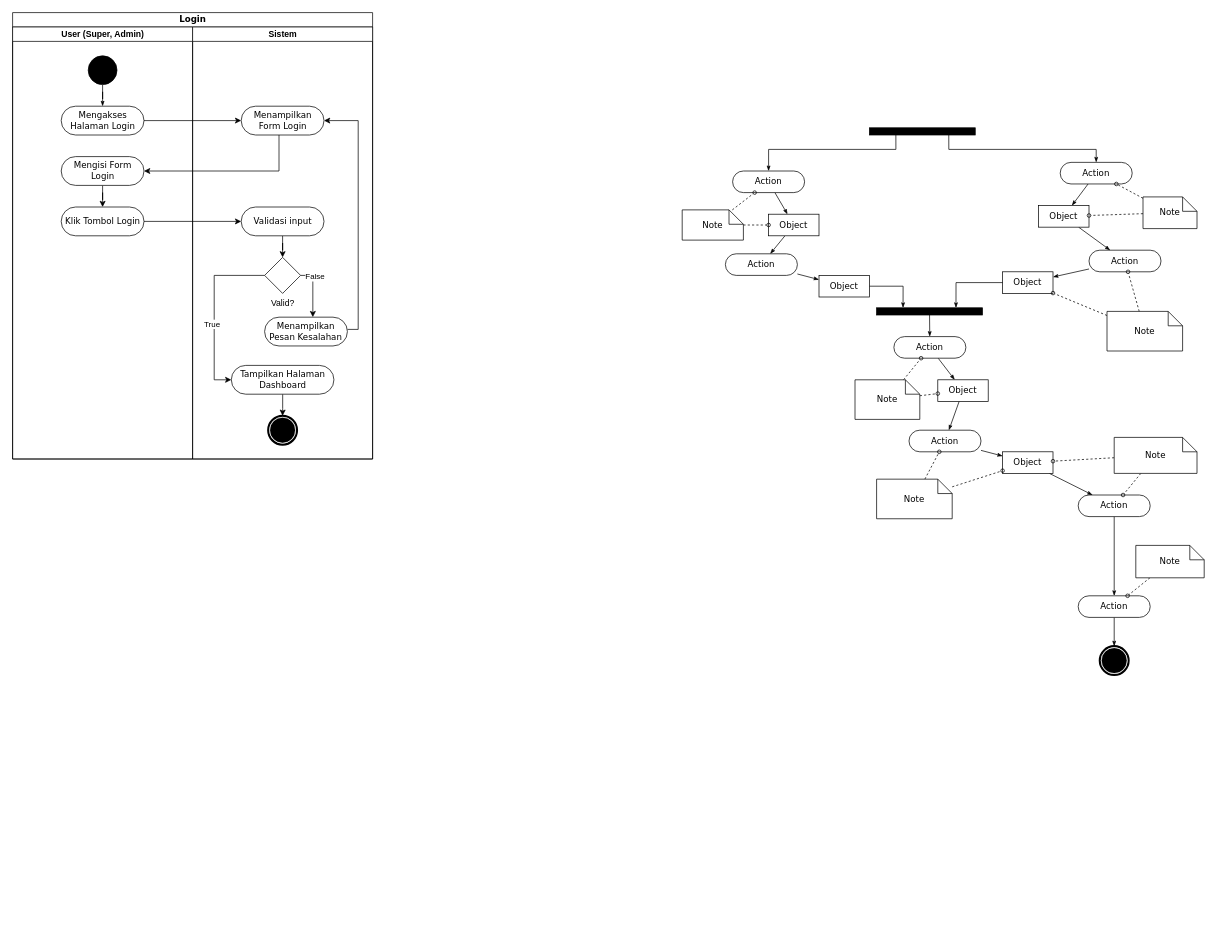
brogangin/brogangin-resolusi keeps this draw.io diagram as Activity Diagram KP.drawio. Above is the earlier version. Source tidied: cells renumbered, new cells numbered last; positions are measured from the earlier drawing's top-left corner, leaving out a move shared by most shapes. Both pictures are drawn from the tidied source at 72%, with x=0, y=0 at pixel (12, 12).
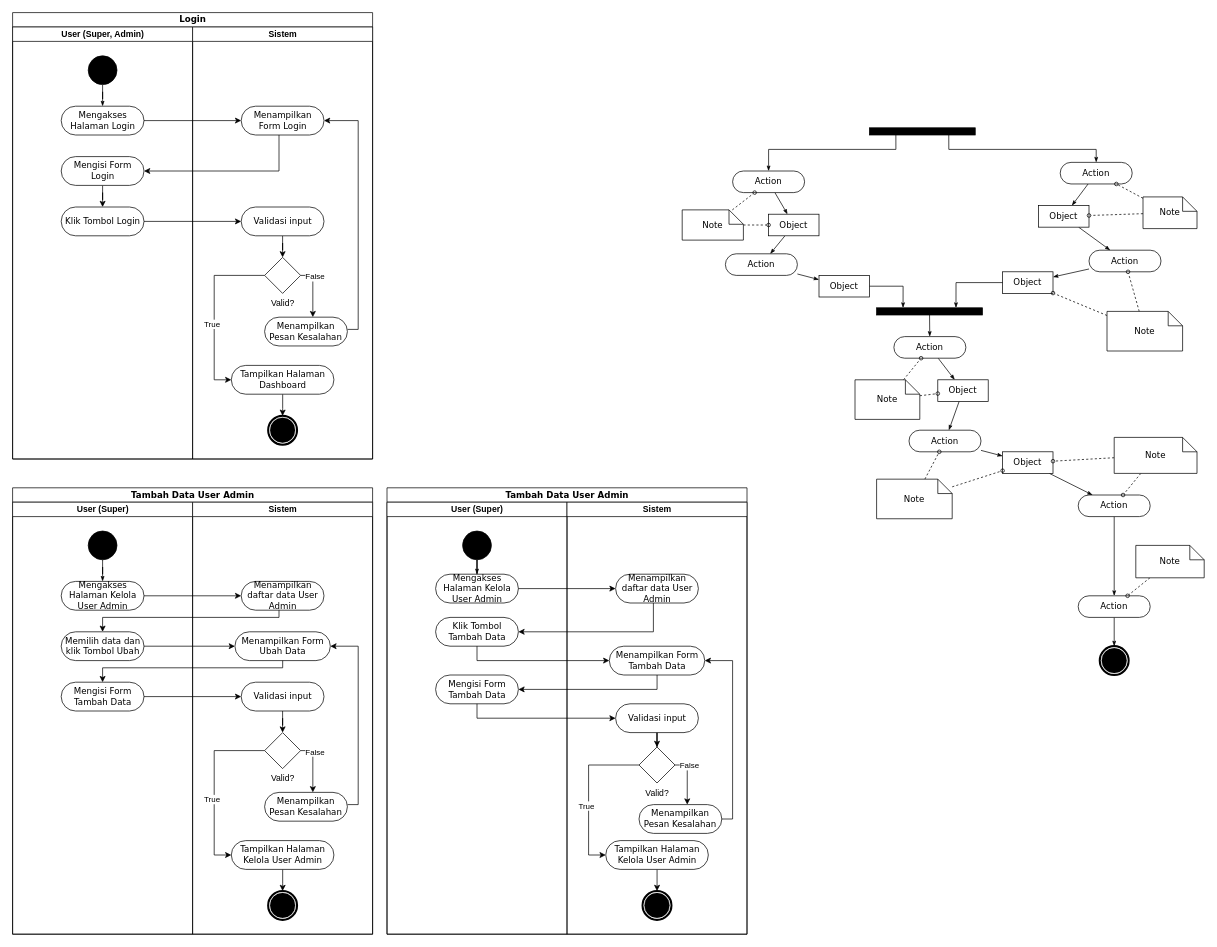
The same diagram, later.

Commit message:
Update Activity Diagram KP.drawio | login, kelola admin.

What changed in the source:
```diff
@@
+    <mxCell id="81" value="Tambah Data User Admin" style="swimlane;html=1;startSize=20;rounded=0;shadow=0;comic=0;labelBackgroundColor=none;strokeWidth=1;fontFamily=Verdana;fontSize=12;align=center;" parent="1" vertex="1">
+      <mxGeometry y="660" width="500" height="620" as="geometry" />
+    </mxCell>
+    <mxCell id="82" value="User (Super)" style="swimlane;html=1;startSize=20;" parent="81" vertex="1">
+      <mxGeometry y="20" width="250" height="600" as="geometry" />
+    </mxCell>
+    <mxCell id="83" style="ellipse;whiteSpace=wrap;html=1;rounded=0;shadow=0;comic=0;labelBackgroundColor=none;strokeWidth=1;fillColor=#000000;fontFamily=Verdana;fontSize=12;align=center;" parent="82" vertex="1">
+      <mxGeometry x="105" y="40" width="40" height="40" as="geometry" />
+    </mxCell>
+    <mxCell id="84" value="Mengakses Halaman Kelola User Admin" style="rounded=1;whiteSpace=wrap;html=1;shadow=0;comic=0;labelBackgroundColor=none;strokeWidth=1;fontFamily=Verdana;fontSize=12;align=center;arcSize=50;" parent="82" vertex="1">
+      <mxGeometry x="67.5" y="110" width="115" height="40" as="geometry" />
+    </mxCell>
+    <mxCell id="85" style="edgeStyle=orthogonalEdgeStyle;rounded=0;html=1;labelBackgroundColor=none;startArrow=none;startFill=0;startSize=5;endArrow=classicThin;endFill=1;endSize=5;jettySize=auto;strokeWidth=1;fontFamily=Verdana;fontSize=12;" parent="82" edge="1" source="83" target="84">
+      <mxGeometry relative="1" as="geometry" />
+    </mxCell>
+    <mxCell id="86" value="Memilih data dan klik Tombol Ubah" style="rounded=1;whiteSpace=wrap;html=1;shadow=0;comic=0;labelBackgroundColor=none;strokeWidth=1;fontFamily=Verdana;fontSize=12;align=center;arcSize=50;" parent="82" vertex="1">
+      <mxGeometry x="67.5" y="180" width="115" height="40" as="geometry" />
+    </mxCell>
+    <mxCell id="87" value="Mengisi Form Tambah Data" style="rounded=1;whiteSpace=wrap;html=1;shadow=0;comic=0;labelBackgroundColor=none;strokeWidth=1;fontFamily=Verdana;fontSize=12;align=center;arcSize=50;" parent="82" vertex="1">
+      <mxGeometry x="67.5" y="250" width="115" height="40" as="geometry" />
+    </mxCell>
+    <mxCell id="88" value="Sistem" style="swimlane;html=1;startSize=20;" parent="81" vertex="1">
+      <mxGeometry x="250" y="20" width="250" height="600" as="geometry" />
+    </mxCell>
+    <mxCell id="89" value="Menampilkan daftar data User Admin" style="rounded=1;whiteSpace=wrap;html=1;shadow=0;comic=0;labelBackgroundColor=none;strokeWidth=1;fontFamily=Verdana;fontSize=12;align=center;arcSize=50;" parent="88" vertex="1">
+      <mxGeometry x="67.5" y="110" width="115" height="40" as="geometry" />
+    </mxCell>
+    <mxCell id="90" style="edgeStyle=orthogonalEdgeStyle;rounded=0;jettySize=auto;html=1;" parent="88" edge="1" source="91" target="96">
+      <mxGeometry relative="1" as="geometry" />
+    </mxCell>
+    <mxCell id="91" value="Validasi input" style="rounded=1;whiteSpace=wrap;html=1;shadow=0;comic=0;labelBackgroundColor=none;strokeWidth=1;fontFamily=Verdana;fontSize=12;align=center;arcSize=50;" parent="88" vertex="1">
+      <mxGeometry x="67.5" y="250" width="115" height="40" as="geometry" />
+    </mxCell>
+    <mxCell id="92" style="edgeStyle=orthogonalEdgeStyle;rounded=0;jettySize=auto;html=1;" parent="88" edge="1" source="96" target="98">
+      <mxGeometry relative="1" as="geometry">
+        <Array as="points">
+          <mxPoint x="167" y="345" />
+        </Array>
+      </mxGeometry>
+    </mxCell>
+    <mxCell id="93" value="False" style="edgeLabel;html=1;align=center;verticalAlign=middle;" parent="92" vertex="1">
+      <mxGeometry x="-0.06" y="2" relative="1" as="geometry">
+        <mxPoint y="-17" as="offset" />
+      </mxGeometry>
+    </mxCell>
+    <mxCell id="94" style="edgeStyle=orthogonalEdgeStyle;rounded=0;jettySize=auto;html=1;" parent="88" edge="1" source="96" target="100">
+      <mxGeometry relative="1" as="geometry">
+        <Array as="points">
+          <mxPoint x="30" y="345" />
+          <mxPoint x="30" y="490" />
+        </Array>
+      </mxGeometry>
+    </mxCell>
+    <mxCell id="95" value="True" style="edgeLabel;html=1;align=center;verticalAlign=middle;" parent="94" vertex="1">
+      <mxGeometry x="0.15" y="-4" relative="1" as="geometry" />
+    </mxCell>
+    <mxCell id="96" value="Valid?" style="points=[[0.25,0.25,0],[0.5,0,0],[0.75,0.25,0],[1,0.5,0],[0.75,0.75,0],[0.5,1,0],[0.25,0.75,0],[0,0.5,0]];shape=mxgraph.bpmn.gateway2;html=1;verticalLabelPosition=bottom;labelBackgroundColor=#ffffff;verticalAlign=top;align=center;perimeter=rhombusPerimeter;outlineConnect=0;outline=none;symbol=none;rotation=0;" parent="88" vertex="1">
+      <mxGeometry x="100" y="320" width="50" height="50" as="geometry" />
+    </mxCell>
+    <mxCell id="97" style="edgeStyle=orthogonalEdgeStyle;rounded=0;jettySize=auto;html=1;" parent="88" edge="1" source="98" target="102">
+      <mxGeometry relative="1" as="geometry">
+        <Array as="points">
+          <mxPoint x="230" y="420" />
+          <mxPoint x="230" y="200" />
+        </Array>
+      </mxGeometry>
+    </mxCell>
+    <mxCell id="98" value="Menampilkan Pesan Kesalahan" style="rounded=1;whiteSpace=wrap;html=1;shadow=0;comic=0;labelBackgroundColor=none;strokeWidth=1;fontFamily=Verdana;fontSize=12;align=center;arcSize=50;" parent="88" vertex="1">
+      <mxGeometry x="100" y="403" width="115" height="40" as="geometry" />
+    </mxCell>
+    <mxCell id="99" style="edgeStyle=orthogonalEdgeStyle;rounded=0;jettySize=auto;html=1;entryX=0.5;entryY=0;entryDx=0;entryDy=0;" parent="88" edge="1" source="100" target="101">
+      <mxGeometry relative="1" as="geometry" />
+    </mxCell>
+    <mxCell id="100" value="Tampilkan Halaman Kelola User Admin" style="rounded=1;whiteSpace=wrap;html=1;shadow=0;comic=0;labelBackgroundColor=none;strokeWidth=1;fontFamily=Verdana;fontSize=12;align=center;arcSize=50;" parent="88" vertex="1">
+      <mxGeometry x="53.8" y="470" width="142.5" height="40" as="geometry" />
+    </mxCell>
+    <mxCell id="101" style="shape=mxgraph.bpmn.shape;html=1;verticalLabelPosition=bottom;labelBackgroundColor=#ffffff;verticalAlign=top;perimeter=ellipsePerimeter;outline=end;symbol=terminate;rounded=0;shadow=0;comic=0;strokeWidth=1;fontFamily=Verdana;fontSize=12;align=center;" parent="88" vertex="1">
+      <mxGeometry x="105" y="540" width="40" height="40" as="geometry" />
+    </mxCell>
+    <mxCell id="102" value="Menampilkan Form Ubah Data" style="rounded=1;whiteSpace=wrap;html=1;shadow=0;comic=0;labelBackgroundColor=none;strokeWidth=1;fontFamily=Verdana;fontSize=12;align=center;arcSize=50;" parent="88" vertex="1">
+      <mxGeometry x="58.8" y="180" width="132.5" height="40" as="geometry" />
+    </mxCell>
+    <mxCell id="103" style="edgeStyle=orthogonalEdgeStyle;rounded=0;jettySize=auto;html=1;" parent="81" edge="1" source="84" target="89">
+      <mxGeometry relative="1" as="geometry" />
+    </mxCell>
+    <mxCell id="104" style="edgeStyle=orthogonalEdgeStyle;rounded=0;jettySize=auto;html=1;" parent="81" edge="1" source="89" target="86">
+      <mxGeometry relative="1" as="geometry">
+        <Array as="points">
+          <mxPoint x="370" y="180" />
+          <mxPoint x="125" y="180" />
+        </Array>
+      </mxGeometry>
+    </mxCell>
+    <mxCell id="105" style="edgeStyle=orthogonalEdgeStyle;rounded=0;jettySize=auto;html=1;" parent="81" edge="1" source="87" target="91">
+      <mxGeometry relative="1" as="geometry" />
+    </mxCell>
+    <mxCell id="106" style="edgeStyle=orthogonalEdgeStyle;rounded=0;jettySize=auto;html=1;" parent="81" edge="1" source="86" target="102">
+      <mxGeometry relative="1" as="geometry" />
+    </mxCell>
+    <mxCell id="107" style="edgeStyle=orthogonalEdgeStyle;rounded=0;jettySize=auto;html=1;" parent="81" edge="1" source="102" target="87">
+      <mxGeometry relative="1" as="geometry">
+        <Array as="points">
+          <mxPoint x="375" y="250" />
+          <mxPoint x="125" y="250" />
+        </Array>
+      </mxGeometry>
+    </mxCell>
+    <mxCell id="108" value="Tambah Data User Admin" style="swimlane;html=1;startSize=20;rounded=0;shadow=0;comic=0;labelBackgroundColor=none;strokeWidth=1;fontFamily=Verdana;fontSize=12;align=center;" parent="1" vertex="1">
+      <mxGeometry x="520" y="660" width="500" height="620" as="geometry" />
+    </mxCell>
+    <mxCell id="109" value="User (Super)" style="swimlane;html=1;startSize=20;" parent="108" vertex="1">
+      <mxGeometry y="20" width="250" height="600" as="geometry" />
+    </mxCell>
+    <mxCell id="110" style="ellipse;whiteSpace=wrap;html=1;rounded=0;shadow=0;comic=0;labelBackgroundColor=none;strokeWidth=1;fillColor=#000000;fontFamily=Verdana;fontSize=12;align=center;" parent="109" vertex="1">
+      <mxGeometry x="105" y="40" width="40" height="40" as="geometry" />
+    </mxCell>
+    <mxCell id="111" value="Mengakses Halaman Kelola User Admin" style="rounded=1;whiteSpace=wrap;html=1;shadow=0;comic=0;labelBackgroundColor=none;strokeWidth=1;fontFamily=Verdana;fontSize=12;align=center;arcSize=50;" parent="109" vertex="1">
+      <mxGeometry x="67.5" y="100" width="115" height="40" as="geometry" />
+    </mxCell>
+    <mxCell id="112" style="edgeStyle=orthogonalEdgeStyle;rounded=0;html=1;labelBackgroundColor=none;startArrow=none;startFill=0;startSize=5;endArrow=classicThin;endFill=1;endSize=5;jettySize=auto;strokeWidth=1;fontFamily=Verdana;fontSize=12;" parent="109" edge="1" source="110" target="111">
+      <mxGeometry relative="1" as="geometry" />
+    </mxCell>
+    <mxCell id="113" value="Klik Tombol Tambah Data" style="rounded=1;whiteSpace=wrap;html=1;shadow=0;comic=0;labelBackgroundColor=none;strokeWidth=1;fontFamily=Verdana;fontSize=12;align=center;arcSize=50;" parent="109" vertex="1">
+      <mxGeometry x="67.5" y="160" width="115" height="40" as="geometry" />
+    </mxCell>
+    <mxCell id="114" value="Mengisi Form Tambah Data" style="rounded=1;whiteSpace=wrap;html=1;shadow=0;comic=0;labelBackgroundColor=none;strokeWidth=1;fontFamily=Verdana;fontSize=12;align=center;arcSize=50;" parent="109" vertex="1">
+      <mxGeometry x="67.5" y="240" width="115" height="40" as="geometry" />
+    </mxCell>
+    <mxCell id="115" value="Sistem" style="swimlane;html=1;startSize=20;" parent="108" vertex="1">
+      <mxGeometry x="250" y="20" width="250" height="600" as="geometry" />
+    </mxCell>
+    <mxCell id="116" value="Menampilkan daftar data User Admin" style="rounded=1;whiteSpace=wrap;html=1;shadow=0;comic=0;labelBackgroundColor=none;strokeWidth=1;fontFamily=Verdana;fontSize=12;align=center;arcSize=50;" parent="115" vertex="1">
+      <mxGeometry x="67.5" y="100" width="115" height="40" as="geometry" />
+    </mxCell>
+    <mxCell id="117" value="Menampilkan Form Tambah Data" style="rounded=1;whiteSpace=wrap;html=1;shadow=0;comic=0;labelBackgroundColor=none;strokeWidth=1;fontFamily=Verdana;fontSize=12;align=center;arcSize=50;" parent="115" vertex="1">
+      <mxGeometry x="58.8" y="200" width="132.5" height="40" as="geometry" />
+    </mxCell>
+    <mxCell id="118" style="edgeStyle=orthogonalEdgeStyle;rounded=0;jettySize=auto;html=1;" parent="115" edge="1" source="122" target="124">
+      <mxGeometry relative="1" as="geometry">
+        <Array as="points">
+          <mxPoint x="167" y="365" />
+        </Array>
+      </mxGeometry>
+    </mxCell>
+    <mxCell id="119" value="False" style="edgeLabel;html=1;align=center;verticalAlign=middle;" parent="118" vertex="1">
+      <mxGeometry x="-0.06" y="2" relative="1" as="geometry">
+        <mxPoint y="-17" as="offset" />
+      </mxGeometry>
+    </mxCell>
+    <mxCell id="120" style="edgeStyle=orthogonalEdgeStyle;rounded=0;jettySize=auto;html=1;" parent="115" edge="1" source="122" target="126">
+      <mxGeometry relative="1" as="geometry">
+        <Array as="points">
+          <mxPoint x="30" y="365" />
+          <mxPoint x="30" y="490" />
+        </Array>
+      </mxGeometry>
+    </mxCell>
+    <mxCell id="121" value="True" style="edgeLabel;html=1;align=center;verticalAlign=middle;" parent="120" vertex="1">
+      <mxGeometry x="0.15" y="-4" relative="1" as="geometry" />
+    </mxCell>
+    <mxCell id="122" value="Valid?" style="points=[[0.25,0.25,0],[0.5,0,0],[0.75,0.25,0],[1,0.5,0],[0.75,0.75,0],[0.5,1,0],[0.25,0.75,0],[0,0.5,0]];shape=mxgraph.bpmn.gateway2;html=1;verticalLabelPosition=bottom;labelBackgroundColor=#ffffff;verticalAlign=top;align=center;perimeter=rhombusPerimeter;outlineConnect=0;outline=none;symbol=none;rotation=0;" parent="115" vertex="1">
+      <mxGeometry x="100" y="340" width="50" height="50" as="geometry" />
+    </mxCell>
+    <mxCell id="123" style="edgeStyle=orthogonalEdgeStyle;rounded=0;jettySize=auto;html=1;" parent="115" edge="1" source="124" target="117">
+      <mxGeometry relative="1" as="geometry">
+        <Array as="points">
+          <mxPoint x="230" y="440" />
+          <mxPoint x="230" y="220" />
+        </Array>
+      </mxGeometry>
+    </mxCell>
+    <mxCell id="124" value="Menampilkan Pesan Kesalahan" style="rounded=1;whiteSpace=wrap;html=1;shadow=0;comic=0;labelBackgroundColor=none;strokeWidth=1;fontFamily=Verdana;fontSize=12;align=center;arcSize=50;" parent="115" vertex="1">
+      <mxGeometry x="100" y="420" width="115" height="40" as="geometry" />
+    </mxCell>
+    <mxCell id="125" style="edgeStyle=orthogonalEdgeStyle;rounded=0;jettySize=auto;html=1;entryX=0.5;entryY=0;entryDx=0;entryDy=0;" parent="115" edge="1" source="126" target="127">
+      <mxGeometry relative="1" as="geometry" />
+    </mxCell>
+    <mxCell id="126" value="Tampilkan Halaman Kelola User Admin" style="rounded=1;whiteSpace=wrap;html=1;shadow=0;comic=0;labelBackgroundColor=none;strokeWidth=1;fontFamily=Verdana;fontSize=12;align=center;arcSize=50;" parent="115" vertex="1">
+      <mxGeometry x="53.8" y="470" width="142.5" height="40" as="geometry" />
+    </mxCell>
+    <mxCell id="127" style="shape=mxgraph.bpmn.shape;html=1;verticalLabelPosition=bottom;labelBackgroundColor=#ffffff;verticalAlign=top;perimeter=ellipsePerimeter;outline=end;symbol=terminate;rounded=0;shadow=0;comic=0;strokeWidth=1;fontFamily=Verdana;fontSize=12;align=center;" parent="115" vertex="1">
+      <mxGeometry x="105" y="540" width="40" height="40" as="geometry" />
+    </mxCell>
+    <mxCell id="128" style="edgeStyle=orthogonalEdgeStyle;rounded=0;jettySize=auto;html=1;" parent="115" edge="1" source="129" target="122">
+      <mxGeometry relative="1" as="geometry" />
+    </mxCell>
+    <mxCell id="129" value="Validasi input" style="rounded=1;whiteSpace=wrap;html=1;shadow=0;comic=0;labelBackgroundColor=none;strokeWidth=1;fontFamily=Verdana;fontSize=12;align=center;arcSize=50;" parent="115" vertex="1">
+      <mxGeometry x="67.5" y="280" width="115" height="40" as="geometry" />
+    </mxCell>
+    <mxCell id="130" style="edgeStyle=orthogonalEdgeStyle;rounded=0;jettySize=auto;html=1;" parent="108" edge="1" source="111" target="116">
+      <mxGeometry relative="1" as="geometry" />
+    </mxCell>
+    <mxCell id="131" style="edgeStyle=orthogonalEdgeStyle;rounded=0;jettySize=auto;html=1;" parent="108" edge="1" source="116" target="113">
+      <mxGeometry relative="1" as="geometry">
+        <Array as="points">
+          <mxPoint x="370" y="200" />
+        </Array>
+      </mxGeometry>
+    </mxCell>
+    <mxCell id="132" style="edgeStyle=orthogonalEdgeStyle;rounded=0;jettySize=auto;html=1;" parent="108" edge="1" source="113" target="117">
+      <mxGeometry relative="1" as="geometry">
+        <Array as="points">
+          <mxPoint x="125" y="240" />
+        </Array>
+      </mxGeometry>
+    </mxCell>
+    <mxCell id="133" style="edgeStyle=orthogonalEdgeStyle;rounded=0;jettySize=auto;html=1;" parent="108" edge="1" source="117" target="114">
+      <mxGeometry relative="1" as="geometry">
+        <Array as="points">
+          <mxPoint x="375" y="280" />
+        </Array>
+      </mxGeometry>
+    </mxCell>
+    <mxCell id="134" style="edgeStyle=orthogonalEdgeStyle;rounded=0;jettySize=auto;html=1;" parent="108" edge="1" source="114" target="129">
+      <mxGeometry relative="1" as="geometry">
+        <Array as="points">
+          <mxPoint x="125" y="320" />
+        </Array>
+      </mxGeometry>
+    </mxCell>
```
